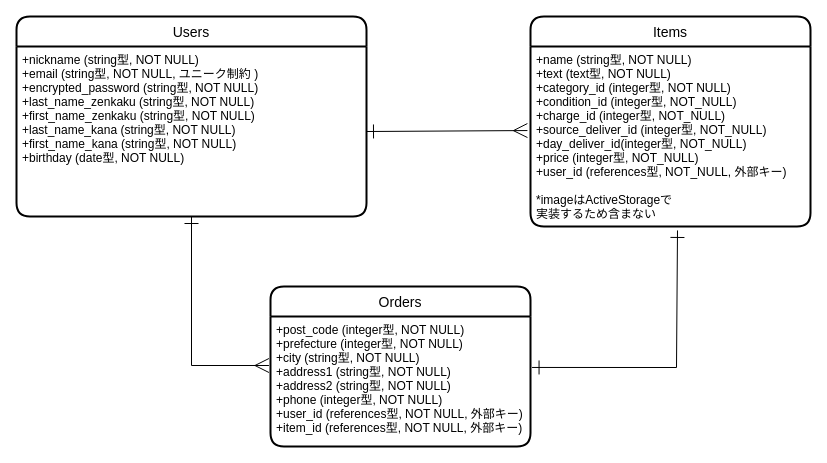
Earlier version of the draw.io diagram furima_er.dio (lmarcat344/furima-37629). Source tidied: cells renumbered, new cells numbered last; positions are measured from the earlier drawing's top-left corner, leaving out a move shared by most shapes. Both pictures are drawn from the tidied source at 100%, with x=0, y=0 at pixel (16, 16).
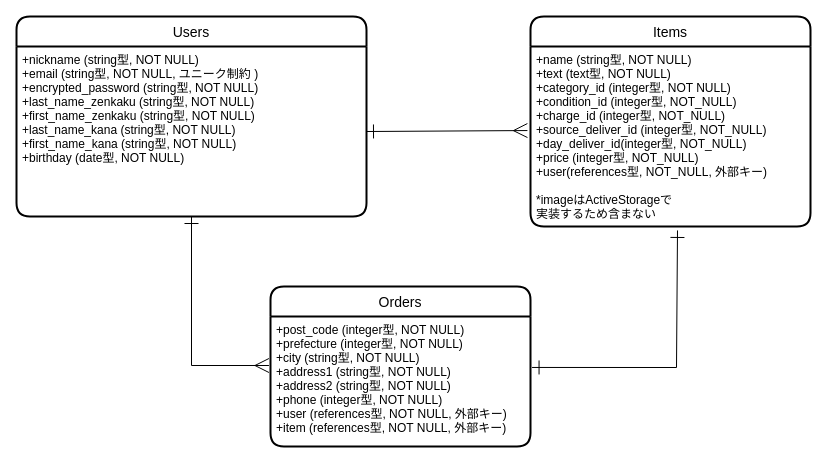
The same page after the edit.

Commit message (it also covers changes not shown here):
修正２　外部キーのキー名から_idを削除

The edit, as a diff of the source:
```diff
@@
 <mxGraphModel>
   <root>
     <mxCell id="0" />
     <mxCell id="1" parent="0" />
     <mxCell id="2" value="Users" style="swimlane;horizontal=1;startSize=30;rounded=1;fontSize=14;fontStyle=0;strokeWidth=2;shadow=0;dashed=0;align=center;" parent="1" vertex="1">
       <mxGeometry width="350" height="200" as="geometry" />
     </mxCell>
     <mxCell id="3" value="+nickname (string型, NOT NULL)&#10;+email (string型, NOT NULL, ユニーク制約 )&#10;+encrypted_password (string型, NOT NULL)&#10;+last_name_zenkaku (string型, NOT NULL)&#10;+first_name_zenkaku (string型, NOT NULL)&#10;+last_name_kana (string型, NOT NULL)&#10;+first_name_kana (string型, NOT NULL)&#10;+birthday (date型, NOT NULL)" style="align=left;strokeColor=none;fillColor=none;spacingLeft=4;fontSize=12;verticalAlign=top;" parent="2" vertex="1">
       <mxGeometry y="30" width="350" height="170" as="geometry" />
     </mxCell>
     <mxCell id="4" value="Items" style="swimlane;horizontal=1;startSize=30;rounded=1;fontSize=14;fontStyle=0;strokeWidth=2;shadow=0;dashed=0;align=center;" parent="1" vertex="1">
       <mxGeometry x="514" width="280" height="210" as="geometry" />
     </mxCell>
-    <mxCell id="5" value="+name (string型, NOT NULL)&#10;+text (text型, NOT NULL)&#10;+category_id (integer型, NOT NULL)&#10;+condition_id (integer型, NOT_NULL)&#10;+charge_id (integer型, NOT_NULL)&#10;+source_deliver_id (integer型, NOT_NULL)&#10;+day_deliver_id(integer型, NOT_NULL)&#10;+price (integer型, NOT_NULL)&#10;+user_id (references型, NOT_NULL, 外部キー)&#10;&#10;*imageはActiveStorageで&#10;実装するため含まない&#10;" style="align=left;strokeColor=none;fillColor=none;spacingLeft=4;fontSize=12;verticalAlign=top;" parent="4" vertex="1">
+    <mxCell id="5" value="+name (string型, NOT NULL)&#10;+text (text型, NOT NULL)&#10;+category_id (integer型, NOT NULL)&#10;+condition_id (integer型, NOT_NULL)&#10;+charge_id (integer型, NOT_NULL)&#10;+source_deliver_id (integer型, NOT_NULL)&#10;+day_deliver_id(integer型, NOT_NULL)&#10;+price (integer型, NOT_NULL)&#10;+user(references型, NOT_NULL, 外部キー)&#10;&#10;*imageはActiveStorageで&#10;実装するため含まない&#10;" style="align=left;strokeColor=none;fillColor=none;spacingLeft=4;fontSize=12;verticalAlign=top;" parent="4" vertex="1">
       <mxGeometry y="30" width="280" height="180" as="geometry" />
     </mxCell>
     <mxCell id="6" value="Orders" style="swimlane;horizontal=1;startSize=30;rounded=1;fontSize=14;fontStyle=0;strokeWidth=2;shadow=0;dashed=0;align=center;" parent="1" vertex="1">
       <mxGeometry x="254" y="270" width="260" height="160" as="geometry" />
     </mxCell>
-    <mxCell id="7" value="+post_code (integer型, NOT NULL)&#10;+prefecture (integer型, NOT NULL)&#10;+city (string型, NOT NULL)&#10;+address1 (string型, NOT NULL)&#10;+address2 (string型, NOT NULL)&#10;+phone (integer型, NOT NULL)&#10;+user_id (references型, NOT NULL, 外部キー)&#10;+item_id (references型, NOT NULL, 外部キー)" style="align=left;strokeColor=none;fillColor=none;spacingLeft=4;fontSize=12;verticalAlign=top;" parent="6" vertex="1">
+    <mxCell id="7" value="+post_code (integer型, NOT NULL)&#10;+prefecture (integer型, NOT NULL)&#10;+city (string型, NOT NULL)&#10;+address1 (string型, NOT NULL)&#10;+address2 (string型, NOT NULL)&#10;+phone (integer型, NOT NULL)&#10;+user (references型, NOT NULL, 外部キー)&#10;+item (references型, NOT NULL, 外部キー)" style="align=left;strokeColor=none;fillColor=none;spacingLeft=4;fontSize=12;verticalAlign=top;" parent="6" vertex="1">
       <mxGeometry y="30" width="260" height="130" as="geometry" />
     </mxCell>
     <mxCell id="8" style="edgeStyle=none;html=1;exitX=0.5;exitY=1;exitDx=0;exitDy=0;entryX=-0.006;entryY=0.377;entryDx=0;entryDy=0;entryPerimeter=0;fontSize=12;rounded=0;strokeColor=default;endArrow=ERmany;endFill=0;startArrow=ERone;startFill=0;endSize=12;startSize=12;" parent="1" edge="1" source="3" target="7">
       <mxGeometry relative="1" as="geometry">
         <Array as="points">
           <mxPoint x="175" y="349" />
         </Array>
       </mxGeometry>
     </mxCell>
     <mxCell id="9" style="edgeStyle=none;rounded=0;html=1;exitX=1;exitY=0.5;exitDx=0;exitDy=0;fontSize=12;endArrow=ERmany;endFill=0;strokeColor=default;startArrow=ERone;startFill=0;strokeWidth=1;endSize=12;targetPerimeterSpacing=0;startSize=12;entryX=-0.011;entryY=0.467;entryDx=0;entryDy=0;entryPerimeter=0;" parent="1" edge="1" source="3" target="5">
       <mxGeometry relative="1" as="geometry" />
     </mxCell>
     <mxCell id="10" style="edgeStyle=none;rounded=0;html=1;exitX=0.525;exitY=1.022;exitDx=0;exitDy=0;entryX=1.006;entryY=0.392;entryDx=0;entryDy=0;entryPerimeter=0;fontSize=12;endArrow=ERone;endFill=0;strokeColor=default;startArrow=ERone;startFill=0;endSize=12;startSize=12;exitPerimeter=0;" parent="1" edge="1" source="5" target="7">
       <mxGeometry relative="1" as="geometry">
         <Array as="points">
           <mxPoint x="660" y="351" />
         </Array>
       </mxGeometry>
     </mxCell>
   </root>
 </mxGraphModel>
```
